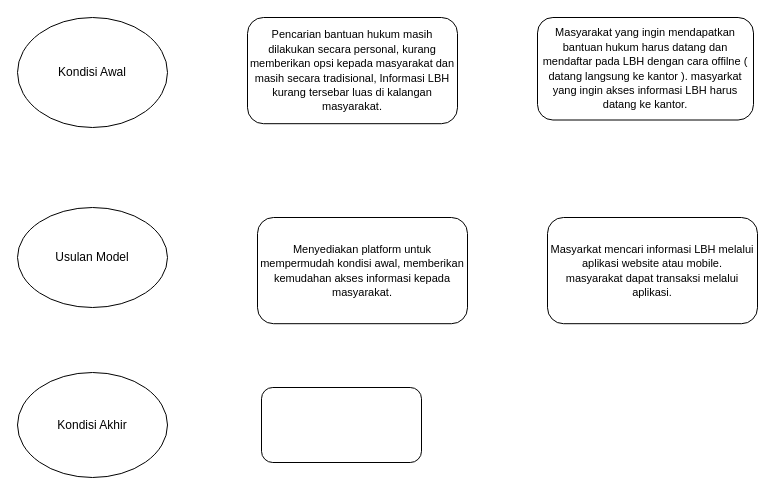
naufalfirman23/FILE-DIAGRAM keeps this draw.io diagram as Kerangka Penelitian.drawio. Above is the earlier version. Source tidied: cells renumbered, new cells numbered last; positions are measured from the earlier drawing's top-left corner, leaving out a move shared by most shapes. Both pictures are drawn from the tidied source at 100%, with x=0, y=0 at pixel (17, 17).
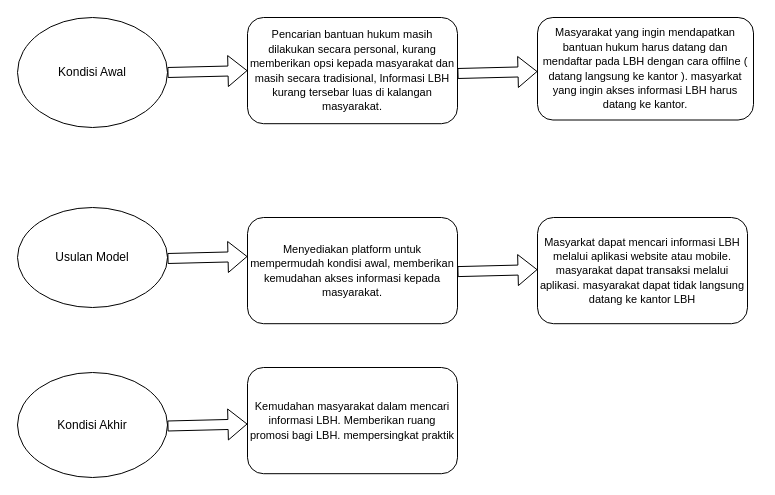
The same page after the edit.

Diff of the diagram source:
```diff
@@
 <mxGraphModel>
   <root>
     <mxCell id="0" />
     <mxCell id="1" parent="0" />
     <mxCell id="2" value="Kondisi Awal" style="ellipse;whiteSpace=wrap;html=1;" parent="1" vertex="1">
       <mxGeometry width="150" height="110" as="geometry" />
     </mxCell>
     <mxCell id="3" value="Usulan Model" style="ellipse;whiteSpace=wrap;html=1;" parent="1" vertex="1">
       <mxGeometry y="190" width="150" height="100" as="geometry" />
     </mxCell>
     <mxCell id="4" value="Kondisi Akhir" style="ellipse;whiteSpace=wrap;html=1;" parent="1" vertex="1">
       <mxGeometry y="355" width="150" height="105" as="geometry" />
     </mxCell>
     <mxCell id="5" value="&lt;font style=&quot;font-size: 11px;&quot;&gt;Pencarian bantuan hukum masih dilakukan secara personal, kurang memberikan opsi kepada masyarakat dan masih secara tradisional, Informasi LBH kurang tersebar luas di kalangan masyarakat.&lt;/font&gt;" style="rounded=1;whiteSpace=wrap;html=1;" parent="1" vertex="1">
       <mxGeometry x="230" width="210" height="106.2" as="geometry" />
     </mxCell>
-    <mxCell id="6" style="rounded=1;whiteSpace=wrap;html=1;" parent="1" vertex="1">
-      <mxGeometry x="244" y="370" width="160" height="75" as="geometry" />
-    </mxCell>
     <mxCell id="7" value="&lt;font style=&quot;font-size: 11px;&quot;&gt;Masyarakat yang ingin mendapatkan bantuan hukum harus datang dan mendaftar pada LBH dengan cara offilne ( datang langsung ke kantor ). masyarkat yang ingin akses informasi LBH harus datang ke kantor.&lt;/font&gt;" style="rounded=1;whiteSpace=wrap;html=1;" parent="1" vertex="1">
       <mxGeometry x="520" width="216" height="102.5" as="geometry" />
     </mxCell>
     <mxCell id="8" value="&lt;font style=&quot;font-size: 11px;&quot;&gt;Menyediakan platform untuk mempermudah kondisi awal, memberikan kemudahan akses informasi kepada masyarakat.&lt;/font&gt;" style="rounded=1;whiteSpace=wrap;html=1;" parent="1" vertex="1">
-      <mxGeometry x="240" y="200" width="210" height="106.2" as="geometry" />
+      <mxGeometry x="230" y="200" width="210" height="106.2" as="geometry" />
     </mxCell>
-    <mxCell id="9" value="&lt;span style=&quot;font-size: 11px;&quot;&gt;Masyarkat mencari informasi LBH melalui aplikasi website atau mobile.&lt;/span&gt;&lt;div&gt;&lt;span style=&quot;font-size: 11px;&quot;&gt;masyarakat dapat transaksi melalui aplikasi.&lt;/span&gt;&lt;/div&gt;" style="rounded=1;whiteSpace=wrap;html=1;" parent="1" vertex="1">
-      <mxGeometry x="530" y="200" width="210" height="106.2" as="geometry" />
+    <mxCell id="9" value="&lt;span style=&quot;font-size: 11px;&quot;&gt;Masyarkat dapat mencari informasi LBH melalui aplikasi website atau mobile.&lt;/span&gt;&lt;div&gt;&lt;span style=&quot;font-size: 11px;&quot;&gt;masyarakat dapat transaksi melalui aplikasi. masyarakat dapat tidak langsung datang ke kantor LBH&lt;/span&gt;&lt;/div&gt;" style="rounded=1;whiteSpace=wrap;html=1;" parent="1" vertex="1">
+      <mxGeometry x="520" y="200" width="210" height="106.2" as="geometry" />
     </mxCell>
+    <mxCell id="10" value="&lt;span style=&quot;font-size: 11px;&quot;&gt;Kemudahan masyarakat dalam mencari informasi LBH. Memberikan ruang promosi bagi LBH. mempersingkat praktik&lt;/span&gt;" style="rounded=1;whiteSpace=wrap;html=1;" parent="1" vertex="1">
+      <mxGeometry x="230" y="350" width="210" height="106.2" as="geometry" />
+    </mxCell>
+    <mxCell id="11" style="shape=flexArrow;endArrow=classic;html=1;rounded=0;exitX=1;exitY=0.5;exitDx=0;exitDy=0;entryX=0;entryY=0.5;entryDx=0;entryDy=0;" parent="1" edge="1" source="2" target="5">
+      <mxGeometry relative="1" as="geometry" />
+    </mxCell>
+    <mxCell id="12" style="shape=flexArrow;endArrow=classic;html=1;rounded=0;exitX=1;exitY=0.5;exitDx=0;exitDy=0;entryX=0;entryY=0.5;entryDx=0;entryDy=0;" parent="1" edge="1">
+      <mxGeometry relative="1" as="geometry">
+        <mxPoint x="440" y="56" as="sourcePoint" />
+        <mxPoint x="520" y="54" as="targetPoint" />
+      </mxGeometry>
+    </mxCell>
+    <mxCell id="13" style="shape=flexArrow;endArrow=classic;html=1;rounded=0;exitX=1;exitY=0.5;exitDx=0;exitDy=0;entryX=0;entryY=0.5;entryDx=0;entryDy=0;" parent="1" edge="1">
+      <mxGeometry relative="1" as="geometry">
+        <mxPoint x="150" y="241" as="sourcePoint" />
+        <mxPoint x="230" y="239" as="targetPoint" />
+      </mxGeometry>
+    </mxCell>
+    <mxCell id="14" style="shape=flexArrow;endArrow=classic;html=1;rounded=0;exitX=1;exitY=0.5;exitDx=0;exitDy=0;entryX=0;entryY=0.5;entryDx=0;entryDy=0;" parent="1" edge="1">
+      <mxGeometry relative="1" as="geometry">
+        <mxPoint x="440" y="254.1" as="sourcePoint" />
+        <mxPoint x="520" y="252.1" as="targetPoint" />
+      </mxGeometry>
+    </mxCell>
+    <mxCell id="15" style="shape=flexArrow;endArrow=classic;html=1;rounded=0;exitX=1;exitY=0.5;exitDx=0;exitDy=0;entryX=0;entryY=0.5;entryDx=0;entryDy=0;" parent="1" edge="1">
+      <mxGeometry relative="1" as="geometry">
+        <mxPoint x="150" y="408.5" as="sourcePoint" />
+        <mxPoint x="230" y="406.5" as="targetPoint" />
+      </mxGeometry>
+    </mxCell>
   </root>
 </mxGraphModel>
```
